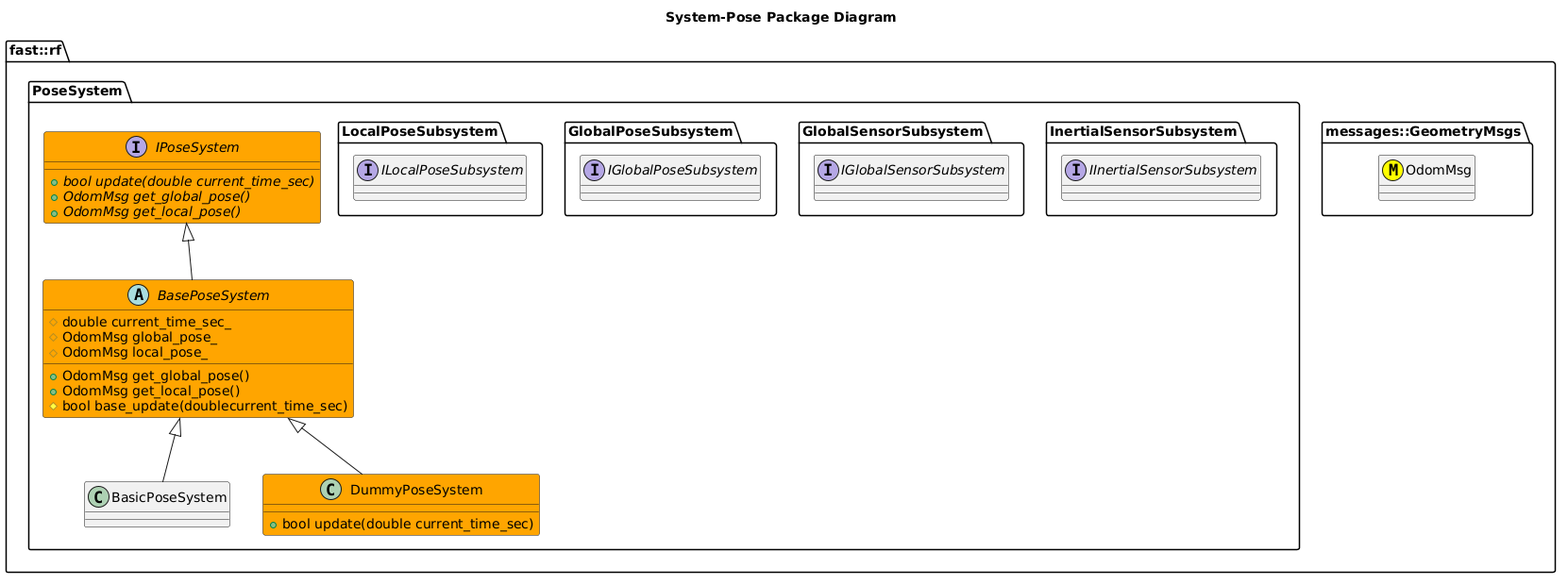
Above: Systems/Pose/doc/puml/SystemPosePackageDiagram.png in fastrobotics/robot_framework (PlantUML), before the change.
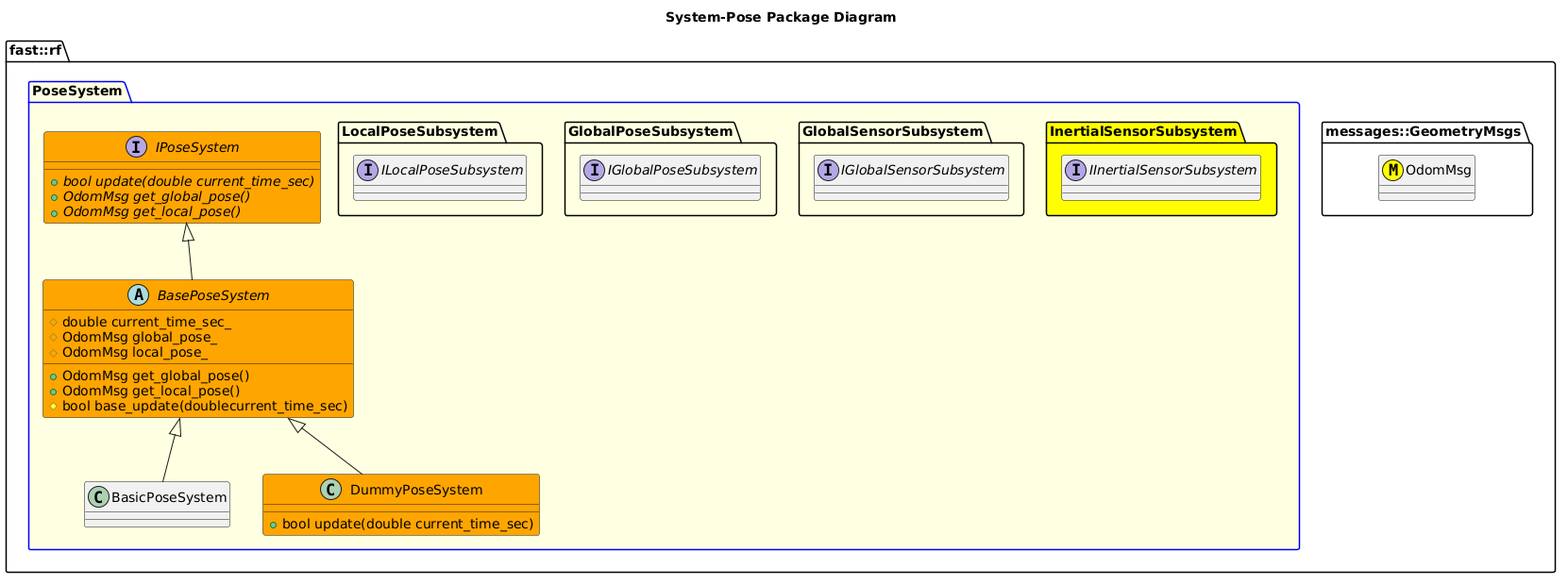
The same file after the commit.

What changed in the source:
```diff
@@ -5,8 +5,8 @@
   namespace messages::GeometryMsgs {
     class OdomMsg <<(M,#FFFF00) >>
   }
-  namespace PoseSystem {
-    namespace InertialSensorSubsystem {
+  package PoseSystem #LightYellow;line:blue {
+    namespace InertialSensorSubsystem #Yellow {
       interface IInertialSensorSubsystem
 
     }
```
